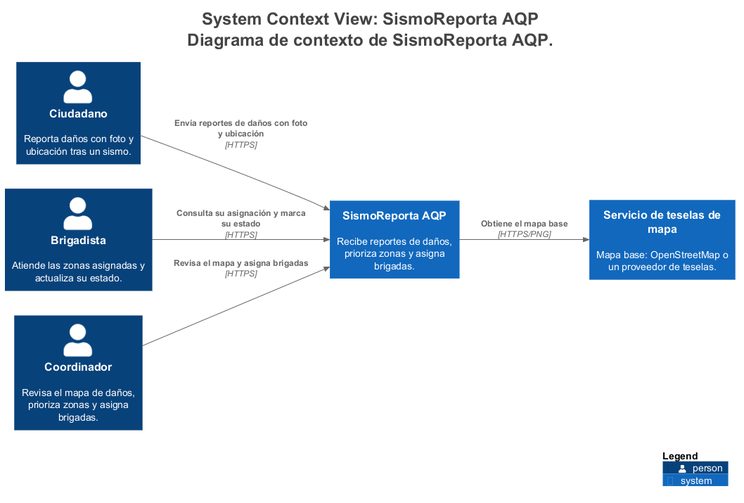
This is docs/architecture/c4/img/structurizr-Contexto.png from DavidOliva06/cs-2026b-lab04-grupo06, a PlantUML export, as it was before one commit. The source it was exported from:
```plantuml
@startuml
title <size:24>System Context View: SismoReporta AQP</size>\n<size:24>Diagrama de contexto de SismoReporta AQP.</size>

set separator none
left to right direction

<style>
  root {
    BackgroundColor: #ffffff
    FontColor: #444444
  }
</style>

!include <C4/C4>
!include <C4/C4_Context>

Person(Ciudadano, "Ciudadano", $descr="Reporta daños con foto y ubicación tras un sismo.", $tags="", $link="")
System(Serviciodeteselasdemapa, "Servicio de teselas de mapa", $descr="Mapa base: OpenStreetMap o un proveedor de teselas.", $tags="", $link="")
Person(Brigadista, "Brigadista", $descr="Atiende las zonas asignadas y actualiza su estado.", $tags="", $link="")
Person(Coordinador, "Coordinador", $descr="Revisa el mapa de daños, prioriza zonas y asigna brigadas.", $tags="", $link="")
System(SismoReportaAQP, "SismoReporta AQP", $descr="Recibe reportes de daños, prioriza zonas y asigna brigadas.", $tags="", $link="")

Rel(Ciudadano, SismoReportaAQP, "Envía reportes de daños con foto y ubicación", $techn="HTTPS", $tags="", $link="")
Rel(Brigadista, SismoReportaAQP, "Consulta su asignación y marca su estado", $techn="HTTPS", $tags="", $link="")
Rel(Coordinador, SismoReportaAQP, "Revisa el mapa y asigna brigadas", $techn="HTTPS", $tags="", $link="")
Rel(SismoReportaAQP, Serviciodeteselasdemapa, "Obtiene el mapa base", $techn="HTTPS/PNG", $tags="", $link="")

SHOW_LEGEND(true)
hide stereotypes
@enduml
```
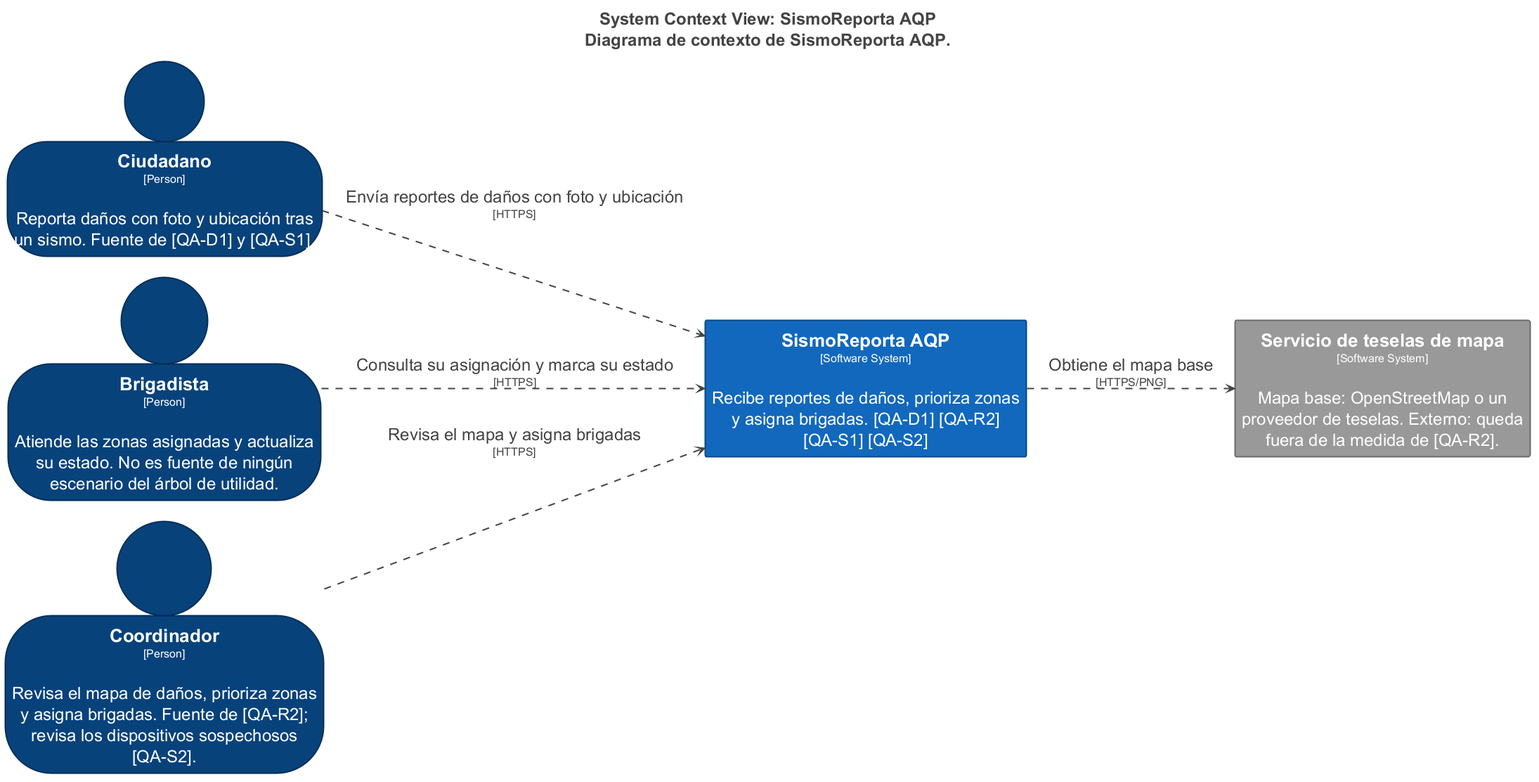
The same file after the commit.

What changed in the source:
```diff
@@ -3,28 +3,70 @@
 
 set separator none
 left to right direction
+skinparam ranksep 60
+skinparam nodesep 30
+hide stereotype
 
 <style>
   root {
-    BackgroundColor: #ffffff
-    FontColor: #444444
+    BackgroundColor: #ffffff;
+    FontColor: #444444;
+  }
+  // Element,Person
+  .Element-RWxlbWVudCxQZXJzb24= {
+    BackgroundColor: #08427b;
+    LineColor: #052e56;
+    LineStyle: 0;
+    LineThickness: 2;
+    FontColor: #ffffff;
+    FontSize: 24;
+    HorizontalAlignment: center;
+    Shadowing: 0;
+    MaximumWidth: 450;
+  }
+  // Element,Software System
+  .Element-RWxlbWVudCxTb2Z0d2FyZSBTeXN0ZW0= {
+    BackgroundColor: #1168bd;
+    LineColor: #0b4884;
+    LineStyle: 0;
+    LineThickness: 2;
+    FontColor: #ffffff;
+    FontSize: 24;
+    HorizontalAlignment: center;
+    Shadowing: 0;
+    MaximumWidth: 450;
+  }
+  // Element,Software System,Externo
+  .Element-RWxlbWVudCxTb2Z0d2FyZSBTeXN0ZW0sRXh0ZXJubw== {
+    BackgroundColor: #999999;
+    LineColor: #6b6b6b;
+    LineStyle: 0;
+    LineThickness: 2;
+    FontColor: #ffffff;
+    FontSize: 24;
+    HorizontalAlignment: center;
+    Shadowing: 0;
+    MaximumWidth: 450;
+  }
+  // Relationship
+  .Relationship-UmVsYXRpb25zaGlw {
+    LineThickness: 2;
+    LineStyle: 10-10;
+    LineColor: #444444;
+    FontColor: #444444;
+    FontSize: 24;
   }
 </style>
 
-!include <C4/C4>
-!include <C4/C4_Context>
+person "==Ciudadano\n<size:16>[Person]</size>\n\nReporta daños con foto y ubicación tras un sismo. Fuente de [QA-D1] y [QA-S1]." <<Element-RWxlbWVudCxQZXJzb24=>> as Ciudadano
+rectangle "==Servicio de teselas de mapa\n<size:16>[Software System]</size>\n\nMapa base: OpenStreetMap o un proveedor de teselas. Externo: queda fuera de la medida de [QA-R2]." <<Element-RWxlbWVudCxTb2Z0d2FyZSBTeXN0ZW0sRXh0ZXJubw==>> as Serviciodeteselasdemapa
+person "==Brigadista\n<size:16>[Person]</size>\n\nAtiende las zonas asignadas y actualiza su estado. No es fuente de ningún escenario del árbol de utilidad." <<Element-RWxlbWVudCxQZXJzb24=>> as Brigadista
+person "==Coordinador\n<size:16>[Person]</size>\n\nRevisa el mapa de daños, prioriza zonas y asigna brigadas. Fuente de [QA-R2]; revisa los dispositivos sospechosos [QA-S2]." <<Element-RWxlbWVudCxQZXJzb24=>> as Coordinador
+rectangle "==SismoReporta AQP\n<size:16>[Software System]</size>\n\nRecibe reportes de daños, prioriza zonas y asigna brigadas. [QA-D1] [QA-R2] [QA-S1] [QA-S2]" <<Element-RWxlbWVudCxTb2Z0d2FyZSBTeXN0ZW0=>> as SismoReportaAQP
 
-Person(Ciudadano, "Ciudadano", $descr="Reporta daños con foto y ubicación tras un sismo.", $tags="", $link="")
-System(Serviciodeteselasdemapa, "Servicio de teselas de mapa", $descr="Mapa base: OpenStreetMap o un proveedor de teselas.", $tags="", $link="")
-Person(Brigadista, "Brigadista", $descr="Atiende las zonas asignadas y actualiza su estado.", $tags="", $link="")
-Person(Coordinador, "Coordinador", $descr="Revisa el mapa de daños, prioriza zonas y asigna brigadas.", $tags="", $link="")
-System(SismoReportaAQP, "SismoReporta AQP", $descr="Recibe reportes de daños, prioriza zonas y asigna brigadas.", $tags="", $link="")
+Ciudadano --> SismoReportaAQP <<Relationship-UmVsYXRpb25zaGlw>> : "Envía reportes de daños con foto y ubicación\n<size:16>[HTTPS]</size>"
+Brigadista --> SismoReportaAQP <<Relationship-UmVsYXRpb25zaGlw>> : "Consulta su asignación y marca su estado\n<size:16>[HTTPS]</size>"
+Coordinador --> SismoReportaAQP <<Relationship-UmVsYXRpb25zaGlw>> : "Revisa el mapa y asigna brigadas\n<size:16>[HTTPS]</size>"
+SismoReportaAQP --> Serviciodeteselasdemapa <<Relationship-UmVsYXRpb25zaGlw>> : "Obtiene el mapa base\n<size:16>[HTTPS/PNG]</size>"
 
-Rel(Ciudadano, SismoReportaAQP, "Envía reportes de daños con foto y ubicación", $techn="HTTPS", $tags="", $link="")
-Rel(Brigadista, SismoReportaAQP, "Consulta su asignación y marca su estado", $techn="HTTPS", $tags="", $link="")
-Rel(Coordinador, SismoReportaAQP, "Revisa el mapa y asigna brigadas", $techn="HTTPS", $tags="", $link="")
-Rel(SismoReportaAQP, Serviciodeteselasdemapa, "Obtiene el mapa base", $techn="HTTPS/PNG", $tags="", $link="")
-
-SHOW_LEGEND(true)
-hide stereotypes
 @enduml
```
